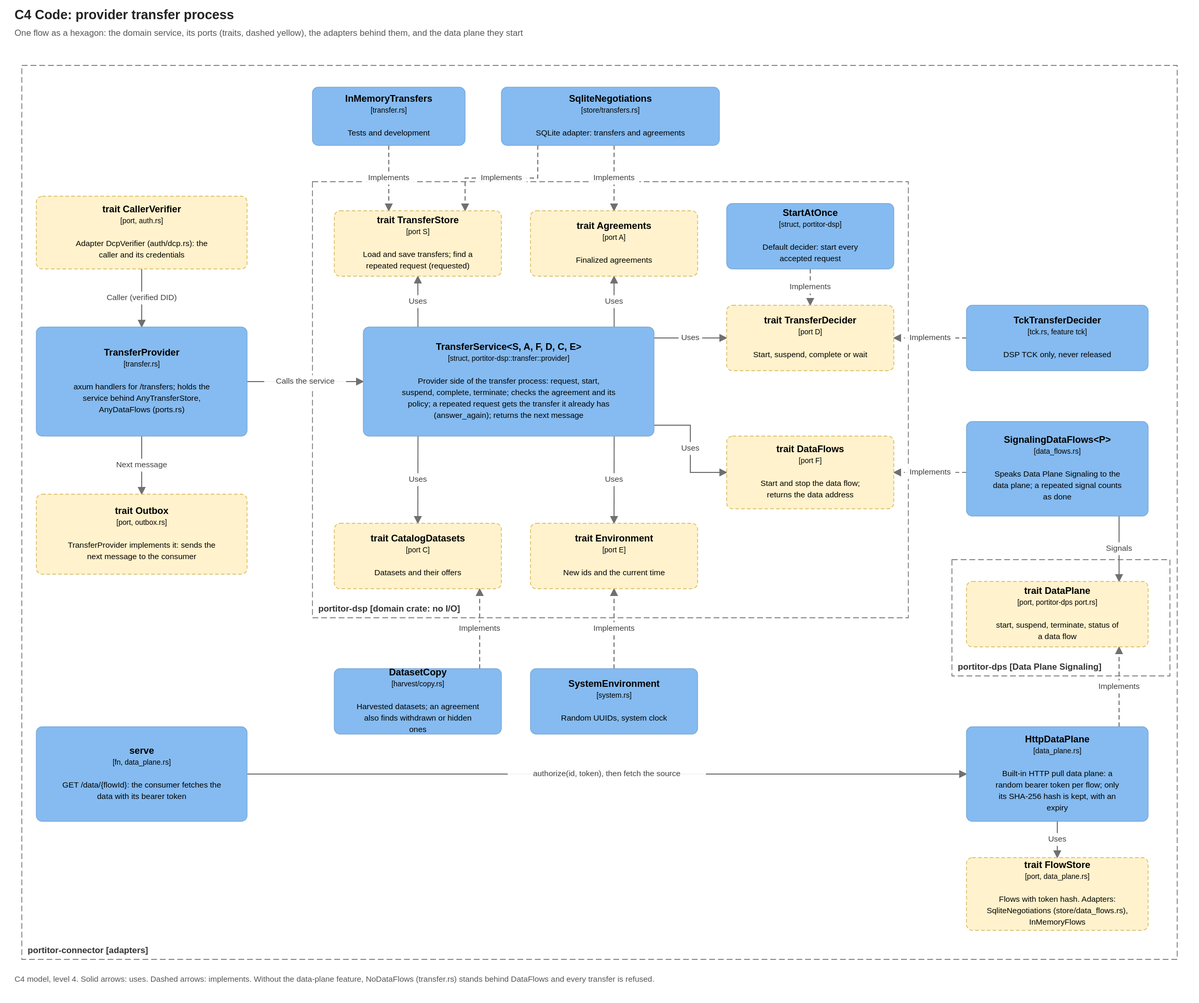
This is docs/diagrams/c4-transfer-code.drawio.svg from brunopacheco1/portitor, a draw.io export, as it was before one commit. Source tidied: cells renumbered, new cells last; positions are measured from the earlier drawing's top-left corner, leaving out a move shared by most shapes.
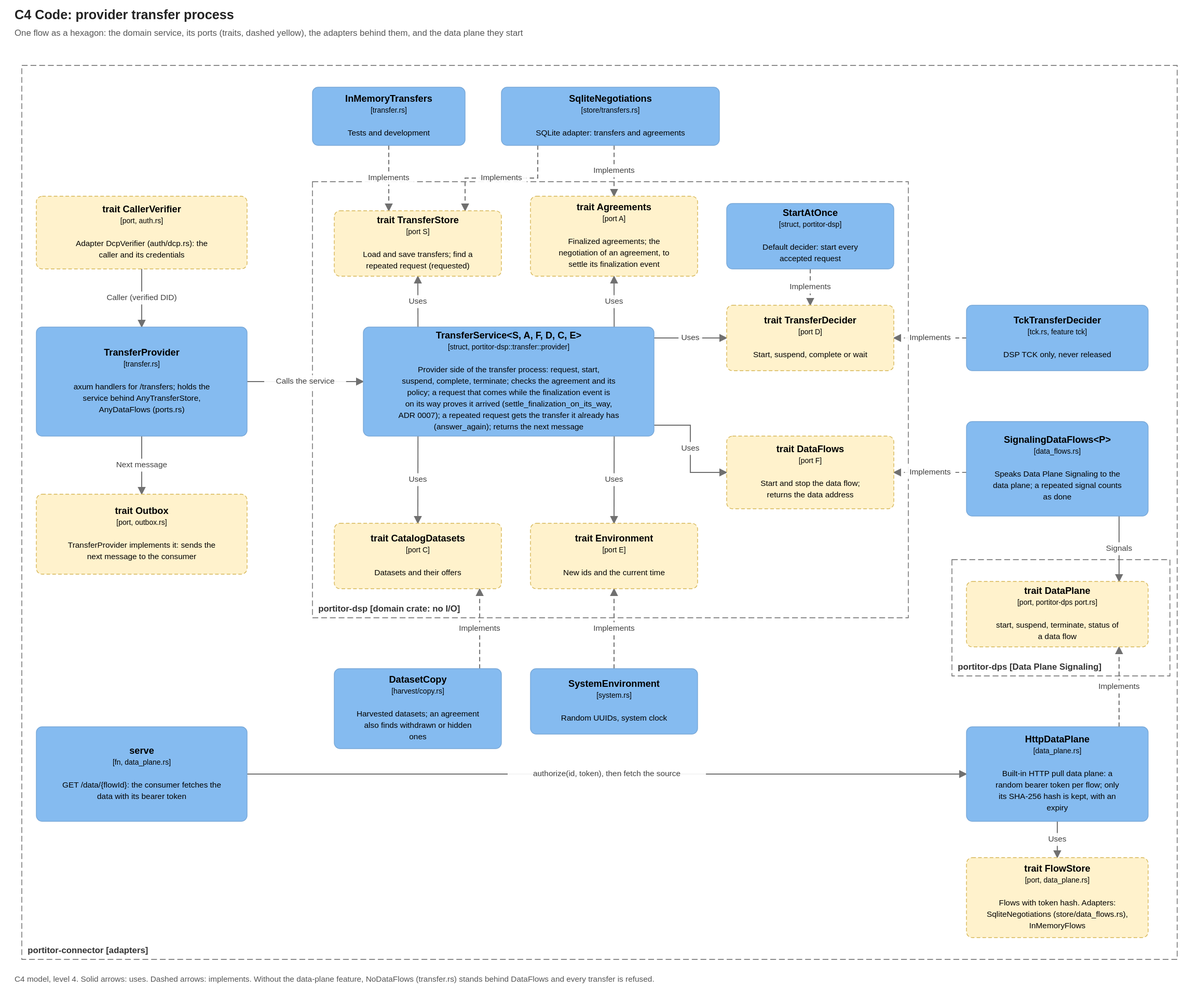
The same diagram one commit later.

Commit message:
Diagrams: the catalog read through the management API, and the transfer request that settles a finalization

What changed in the source:
```diff
@@ -11,14 +11,14 @@
     <mxCell id="4" value="portitor-connector  [adapters]" style="rounded=0;whiteSpace=wrap;html=1;fillColor=none;dashed=1;dashPattern=8 4;strokeColor=#666666;fontColor=#333333;align=left;verticalAlign=bottom;spacingLeft=8;spacingBottom=4;fontSize=12;fontStyle=1;" parent="1" vertex="1">
       <mxGeometry x="10" width="1590" height="1230" as="geometry" />
     </mxCell>
-    <mxCell id="5" value="&lt;b&gt;TransferService&amp;lt;S, A, F, D, C, E&amp;gt;&lt;/b&gt;&lt;br&gt;&lt;font style=&quot;font-size:10px&quot;&gt;[struct, portitor-dsp::transfer::provider]&lt;/font&gt;&lt;br&gt;&lt;br&gt;&lt;font style=&quot;font-size:11px&quot;&gt;Provider side of the transfer process: request, start, suspend, complete, terminate; checks the agreement and its policy; a repeated request gets the transfer it already has (answer_again); returns the next message&lt;/font&gt;" style="rounded=1;arcSize=8;whiteSpace=wrap;html=1;fillColor=#85BBF0;strokeColor=#78A8D8;fontColor=#000000;fontSize=13;align=center;verticalAlign=middle;c4Kind=component;c4Name=TransferService&lt;S, A, F, D, C, E&gt;;" parent="1" vertex="1">
+    <mxCell id="5" value="&lt;b&gt;TransferService&amp;lt;S, A, F, D, C, E&amp;gt;&lt;/b&gt;&lt;br&gt;&lt;font style=&quot;font-size:10px&quot;&gt;[struct, portitor-dsp::transfer::provider]&lt;/font&gt;&lt;br&gt;&lt;br&gt;&lt;font style=&quot;font-size:11px&quot;&gt;Provider side of the transfer process: request, start, suspend, complete, terminate; checks the agreement and its policy; a request that comes while the finalization event is on its way proves it arrived (settle_finalization_on_its_way, ADR 0007); a repeated request gets the transfer it already has (answer_again); returns the next message&lt;/font&gt;" style="rounded=1;arcSize=8;whiteSpace=wrap;html=1;fillColor=#85BBF0;strokeColor=#78A8D8;fontColor=#000000;fontSize=13;align=center;verticalAlign=middle;c4Kind=component;c4Name=TransferService&lt;S, A, F, D, C, E&gt;;" parent="1" vertex="1">
       <mxGeometry x="480" y="360" width="400" height="150" as="geometry" />
     </mxCell>
     <mxCell id="6" value="&lt;b&gt;trait TransferStore&lt;/b&gt;&lt;br&gt;&lt;font style=&quot;font-size:10px&quot;&gt;[port S]&lt;/font&gt;&lt;br&gt;&lt;br&gt;&lt;font style=&quot;font-size:11px&quot;&gt;Load and save transfers; find a repeated request (requested)&lt;/font&gt;" style="rounded=1;arcSize=8;dashed=1;whiteSpace=wrap;html=1;fillColor=#FFF2CC;strokeColor=#D6B656;fontColor=#000000;fontSize=13;align=center;verticalAlign=middle;c4Kind=port;c4Name=trait TransferStore;" parent="1" vertex="1">
       <mxGeometry x="440" y="200" width="230" height="90" as="geometry" />
     </mxCell>
-    <mxCell id="7" value="&lt;b&gt;trait Agreements&lt;/b&gt;&lt;br&gt;&lt;font style=&quot;font-size:10px&quot;&gt;[port A]&lt;/font&gt;&lt;br&gt;&lt;br&gt;&lt;font style=&quot;font-size:11px&quot;&gt;Finalized agreements&lt;/font&gt;" style="rounded=1;arcSize=8;dashed=1;whiteSpace=wrap;html=1;fillColor=#FFF2CC;strokeColor=#D6B656;fontColor=#000000;fontSize=13;align=center;verticalAlign=middle;c4Kind=port;c4Name=trait Agreements;" parent="1" vertex="1">
-      <mxGeometry x="710" y="200" width="230" height="90" as="geometry" />
+    <mxCell id="7" value="&lt;b&gt;trait Agreements&lt;/b&gt;&lt;br&gt;&lt;font style=&quot;font-size:10px&quot;&gt;[port A]&lt;/font&gt;&lt;br&gt;&lt;br&gt;&lt;font style=&quot;font-size:11px&quot;&gt;Finalized agreements; the negotiation of an agreement, to settle its finalization event&lt;/font&gt;" style="rounded=1;arcSize=8;dashed=1;whiteSpace=wrap;html=1;fillColor=#FFF2CC;strokeColor=#D6B656;fontColor=#000000;fontSize=13;align=center;verticalAlign=middle;c4Kind=port;c4Name=trait Agreements;" parent="1" vertex="1">
+      <mxGeometry x="710" y="180" width="230" height="110" as="geometry" />
     </mxCell>
     <mxCell id="8" value="&lt;b&gt;trait CatalogDatasets&lt;/b&gt;&lt;br&gt;&lt;font style=&quot;font-size:10px&quot;&gt;[port C]&lt;/font&gt;&lt;br&gt;&lt;br&gt;&lt;font style=&quot;font-size:11px&quot;&gt;Datasets and their offers&lt;/font&gt;" style="rounded=1;arcSize=8;dashed=1;whiteSpace=wrap;html=1;fillColor=#FFF2CC;strokeColor=#D6B656;fontColor=#000000;fontSize=13;align=center;verticalAlign=middle;c4Kind=port;c4Name=trait CatalogDatasets;" parent="1" vertex="1">
       <mxGeometry x="440" y="630" width="230" height="90" as="geometry" />
@@ -42,7 +42,7 @@
       <mxGeometry x="670" y="30" width="300" height="80" as="geometry" />
     </mxCell>
     <mxCell id="15" value="&lt;b&gt;DatasetCopy&lt;/b&gt;&lt;br&gt;&lt;font style=&quot;font-size:10px&quot;&gt;[harvest/copy.rs]&lt;/font&gt;&lt;br&gt;&lt;br&gt;&lt;font style=&quot;font-size:11px&quot;&gt;Harvested datasets; an agreement also finds withdrawn or hidden ones&lt;/font&gt;" style="rounded=1;arcSize=8;whiteSpace=wrap;html=1;fillColor=#85BBF0;strokeColor=#78A8D8;fontColor=#000000;fontSize=13;align=center;verticalAlign=middle;c4Kind=component;c4Name=DatasetCopy;" parent="1" vertex="1">
-      <mxGeometry x="440" y="830" width="230" height="90" as="geometry" />
+      <mxGeometry x="440" y="830" width="230" height="110" as="geometry" />
     </mxCell>
     <mxCell id="16" value="&lt;b&gt;SystemEnvironment&lt;/b&gt;&lt;br&gt;&lt;font style=&quot;font-size:10px&quot;&gt;[system.rs]&lt;/font&gt;&lt;br&gt;&lt;br&gt;&lt;font style=&quot;font-size:11px&quot;&gt;Random UUIDs, system clock&lt;/font&gt;" style="rounded=1;arcSize=8;whiteSpace=wrap;html=1;fillColor=#85BBF0;strokeColor=#78A8D8;fontColor=#000000;fontSize=13;align=center;verticalAlign=middle;c4Kind=component;c4Name=SystemEnvironment;" parent="1" vertex="1">
       <mxGeometry x="710" y="830" width="230" height="90" as="geometry" />
@@ -60,7 +60,7 @@
       <mxGeometry x="1310" y="910" width="250" height="130" as="geometry" />
     </mxCell>
     <mxCell id="21" value="&lt;b&gt;trait FlowStore&lt;/b&gt;&lt;br&gt;&lt;font style=&quot;font-size:10px&quot;&gt;[port, data_plane.rs]&lt;/font&gt;&lt;br&gt;&lt;br&gt;&lt;font style=&quot;font-size:11px&quot;&gt;Flows with token hash. Adapters: SqliteNegotiations (store/data_flows.rs), InMemoryFlows&lt;/font&gt;" style="rounded=1;arcSize=8;dashed=1;whiteSpace=wrap;html=1;fillColor=#FFF2CC;strokeColor=#D6B656;fontColor=#000000;fontSize=13;align=center;verticalAlign=middle;c4Kind=port;c4Name=trait FlowStore;" parent="1" vertex="1">
-      <mxGeometry x="1310" y="1090" width="250" height="100" as="geometry" />
+      <mxGeometry x="1310" y="1090" width="250" height="110" as="geometry" />
     </mxCell>
     <mxCell id="22" value="&lt;b&gt;TransferProvider&lt;/b&gt;&lt;br&gt;&lt;font style=&quot;font-size:10px&quot;&gt;[transfer.rs]&lt;/font&gt;&lt;br&gt;&lt;br&gt;&lt;font style=&quot;font-size:11px&quot;&gt;axum handlers for /transfers; holds the service behind AnyTransferStore, AnyDataFlows (ports.rs)&lt;/font&gt;" style="rounded=1;arcSize=8;whiteSpace=wrap;html=1;fillColor=#85BBF0;strokeColor=#78A8D8;fontColor=#000000;fontSize=13;align=center;verticalAlign=middle;c4Kind=component;c4Name=TransferProvider;" parent="1" vertex="1">
       <mxGeometry x="30" y="360" width="290" height="150" as="geometry" />
```
